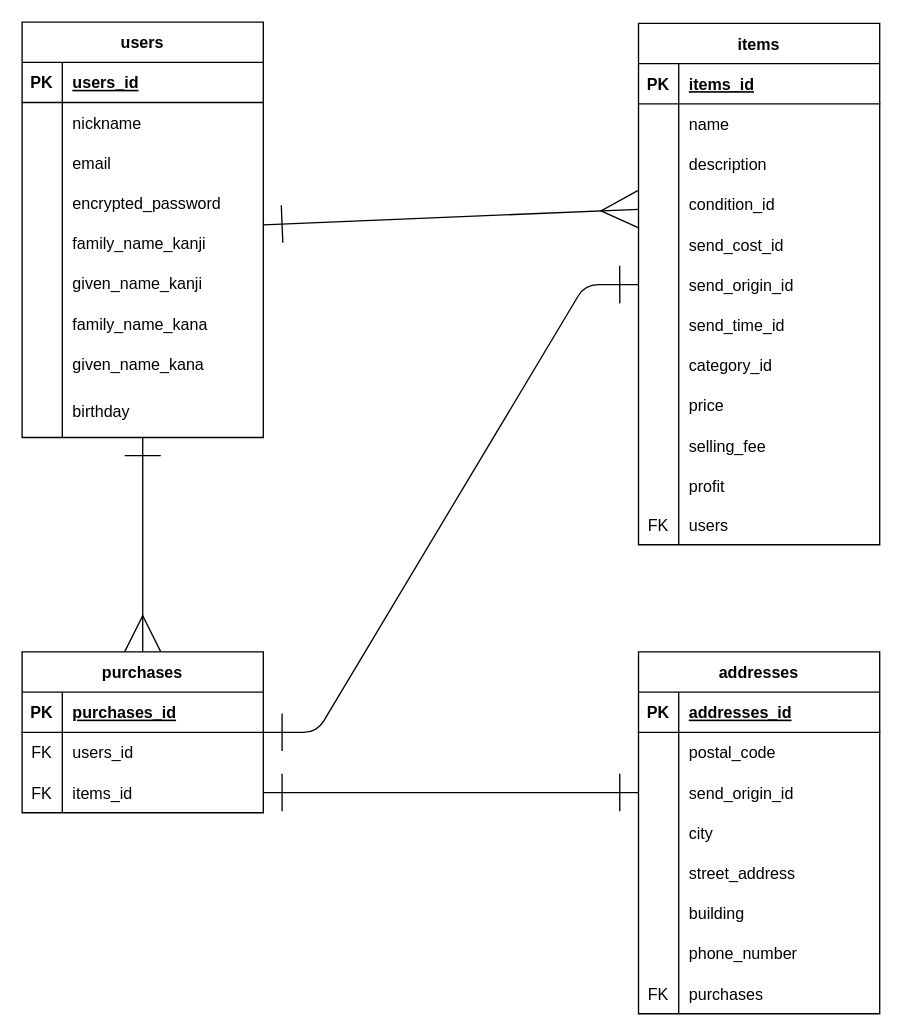
The draw.io diagram furima.dio in YYprogramer/furima-39148, before the edit. Source tidied: cells renumbered, new cells numbered last; positions are measured from the earlier drawing's top-left corner, leaving out a move shared by most shapes. Both pictures are drawn from the tidied source at 134%, with x=0, y=0 at pixel (21, -59).
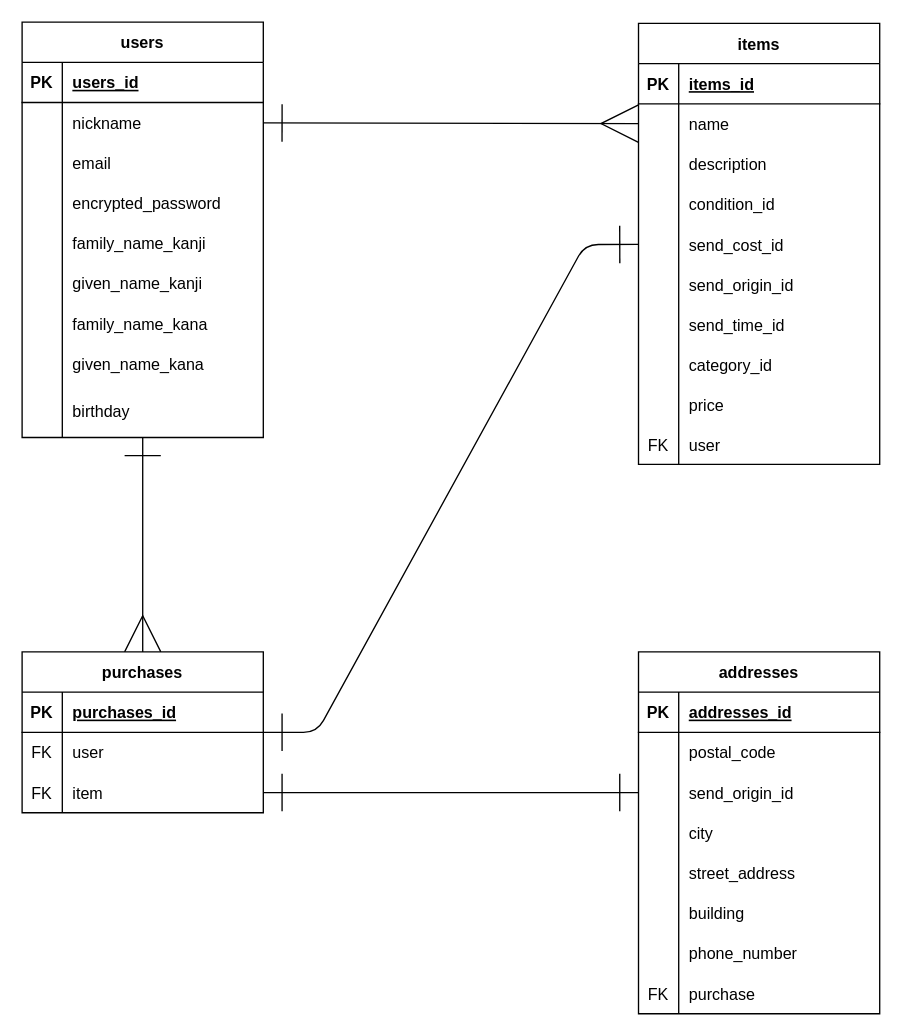
Above is the later version.

Unchanged cells that the change refers to:
```xml
<mxCell id="4" value="users" style="shape=table;startSize=30;childLayout=tableLayout;rowLines=0;fontStyle=1;align=center;" parent="1" vertex="1">
  <mxGeometry y="60" width="180" height="310" as="geometry" />
</mxCell>
<mxCell id="8" style="shape=tableRow;horizontal=0;startSize=0;swimlaneHead=0;swimlaneBody=0;fillColor=none;points=[[0,0.5],[1,0.5]];portConstraint=eastwest;top=0;left=0;right=0;bottom=0;" parent="4" vertex="1">
  <mxGeometry y="60" width="180" height="30" as="geometry" />
</mxCell>
<mxCell id="36" style="shape=tableRow;horizontal=0;startSize=0;swimlaneHead=0;swimlaneBody=0;fillColor=none;points=[[0,0.5],[1,0.5]];portConstraint=eastwest;top=0;left=0;right=0;bottom=0;" parent="32" vertex="1">
  <mxGeometry y="60" width="180" height="30" as="geometry" />
</mxCell>
<mxCell id="42" style="shape=tableRow;horizontal=0;startSize=0;swimlaneHead=0;swimlaneBody=0;fillColor=none;points=[[0,0.5],[1,0.5]];portConstraint=eastwest;top=0;left=0;right=0;bottom=0;" parent="32" vertex="1">
  <mxGeometry y="120" width="180" height="30" as="geometry" />
</mxCell>
<mxCell id="70" value="purchases" style="shape=table;startSize=30;childLayout=tableLayout;rowLines=0;fontStyle=1;align=center;" parent="1" vertex="1">
  <mxGeometry y="530" width="180" height="120" as="geometry" />
</mxCell>
<mxCell id="74" style="shape=tableRow;horizontal=0;startSize=0;swimlaneHead=0;swimlaneBody=0;fillColor=none;top=0;left=0;right=0;bottom=0;" parent="70" vertex="1">
  <mxGeometry y="60" width="180" height="30" as="geometry" />
</mxCell>
<mxCell id="77" style="shape=tableRow;horizontal=0;startSize=0;swimlaneHead=0;swimlaneBody=0;fillColor=none;points=[[0,0.5],[1,0.5]];portConstraint=eastwest;top=0;left=0;right=0;bottom=0;" parent="70" vertex="1">
  <mxGeometry y="90" width="180" height="30" as="geometry" />
</mxCell>
<mxCell id="102" style="shape=tableRow;horizontal=0;startSize=0;swimlaneHead=0;swimlaneBody=0;fillColor=none;top=0;left=0;right=0;bottom=0;" parent="80" vertex="1">
  <mxGeometry y="240" width="180" height="30" as="geometry" />
</mxCell>
```

Change to the diagram source:
```diff
@@
-    <mxCell id="2" style="edgeStyle=none;html=1;startArrow=ERone;startFill=0;endArrow=ERmany;endFill=0;endSize=26;startSize=26;" parent="1" edge="1" source="4" target="42">
+    <mxCell id="2" style="edgeStyle=none;html=1;startArrow=ERone;startFill=0;endArrow=ERmany;endFill=0;endSize=26;startSize=26;" parent="1" edge="1" source="8" target="36">
       <mxGeometry relative="1" as="geometry" />
     </mxCell>
@@
     <mxCell id="32" value="items" style="shape=table;startSize=30;childLayout=tableLayout;rowLines=0;fontStyle=1;align=center;" parent="1" vertex="1">
-      <mxGeometry x="460" y="61" width="180" height="389" as="geometry" />
+      <mxGeometry x="460" y="61" width="180" height="329" as="geometry" />
     </mxCell>
@@
-    <mxCell id="60" style="shape=tableRow;horizontal=0;startSize=0;swimlaneHead=0;swimlaneBody=0;fillColor=none;top=0;left=0;right=0;bottom=0;" parent="32" vertex="1">
-      <mxGeometry y="300" width="180" height="30" as="geometry" />
-    </mxCell>
-    <mxCell id="61" style="shape=partialRectangle;fillColor=none;top=0;left=0;bottom=0;right=0;overflow=hidden;" parent="60" vertex="1">
-      <mxGeometry width="30" height="30" as="geometry" />
-    </mxCell>
-    <mxCell id="62" value="selling_fee" style="shape=partialRectangle;fillColor=none;top=0;left=0;bottom=0;right=0;align=left;spacingLeft=6;overflow=hidden;" parent="60" vertex="1">
-      <mxGeometry x="30" width="150" height="30" as="geometry" />
-    </mxCell>
-    <mxCell id="63" style="shape=tableRow;horizontal=0;startSize=0;swimlaneHead=0;swimlaneBody=0;fillColor=none;top=0;left=0;right=0;bottom=0;" parent="32" vertex="1">
-      <mxGeometry y="330" width="180" height="30" as="geometry" />
-    </mxCell>
-    <mxCell id="64" style="shape=partialRectangle;fillColor=none;top=0;left=0;bottom=0;right=0;overflow=hidden;" parent="63" vertex="1">
-      <mxGeometry width="30" height="30" as="geometry" />
-    </mxCell>
-    <mxCell id="65" value="profit" style="shape=partialRectangle;fillColor=none;top=0;left=0;bottom=0;right=0;align=left;spacingLeft=6;overflow=hidden;" parent="63" vertex="1">
-      <mxGeometry x="30" width="150" height="30" as="geometry" />
-    </mxCell>
     <mxCell id="66" style="shape=tableRow;horizontal=0;startSize=0;swimlaneHead=0;swimlaneBody=0;fillColor=none;top=0;left=0;right=0;bottom=0;" parent="32" vertex="1">
-      <mxGeometry y="360" width="180" height="29" as="geometry" />
+      <mxGeometry y="300" width="180" height="29" as="geometry" />
     </mxCell>
@@
-    <mxCell id="68" value="users" style="shape=partialRectangle;fillColor=none;top=0;left=0;bottom=0;right=0;align=left;spacingLeft=6;fontStyle=0;overflow=hidden;" parent="66" vertex="1">
+    <mxCell id="68" value="user" style="shape=partialRectangle;fillColor=none;top=0;left=0;bottom=0;right=0;align=left;spacingLeft=6;fontStyle=0;overflow=hidden;" parent="66" vertex="1">
       <mxGeometry x="30" width="150" height="29" as="geometry" />
     </mxCell>
     <mxCell id="69" style="edgeStyle=none;html=1;startArrow=ERone;startFill=0;endArrow=ERone;endFill=0;endSize=26;startSize=26;" parent="1" edge="1" source="70" target="32">
       <mxGeometry relative="1" as="geometry">
         <Array as="points">
           <mxPoint x="220" y="590" />
-          <mxPoint x="420" y="256" />
+          <mxPoint x="420" y="226" />
         </Array>
       </mxGeometry>
     </mxCell>
@@
-    <mxCell id="76" value="users_id" style="shape=partialRectangle;fillColor=none;top=0;left=0;bottom=0;right=0;align=left;spacingLeft=6;fontStyle=0;overflow=hidden;" parent="74" vertex="1">
+    <mxCell id="76" value="user" style="shape=partialRectangle;fillColor=none;top=0;left=0;bottom=0;right=0;align=left;spacingLeft=6;fontStyle=0;overflow=hidden;" parent="74" vertex="1">
       <mxGeometry x="30" width="150" height="30" as="geometry" />
     </mxCell>
@@
-    <mxCell id="79" value="items_id" style="shape=partialRectangle;fillColor=none;top=0;left=0;bottom=0;right=0;align=left;spacingLeft=6;fontStyle=0;overflow=hidden;" parent="77" vertex="1">
+    <mxCell id="79" value="item" style="shape=partialRectangle;fillColor=none;top=0;left=0;bottom=0;right=0;align=left;spacingLeft=6;fontStyle=0;overflow=hidden;" parent="77" vertex="1">
       <mxGeometry x="30" width="150" height="30" as="geometry" />
     </mxCell>
@@
-    <mxCell id="104" value="purchases" style="shape=partialRectangle;fillColor=none;top=0;left=0;bottom=0;right=0;align=left;spacingLeft=6;fontStyle=0;overflow=hidden;" parent="102" vertex="1">
+    <mxCell id="104" value="purchase" style="shape=partialRectangle;fillColor=none;top=0;left=0;bottom=0;right=0;align=left;spacingLeft=6;fontStyle=0;overflow=hidden;" parent="102" vertex="1">
       <mxGeometry x="30" width="150" height="30" as="geometry" />
     </mxCell>
```
